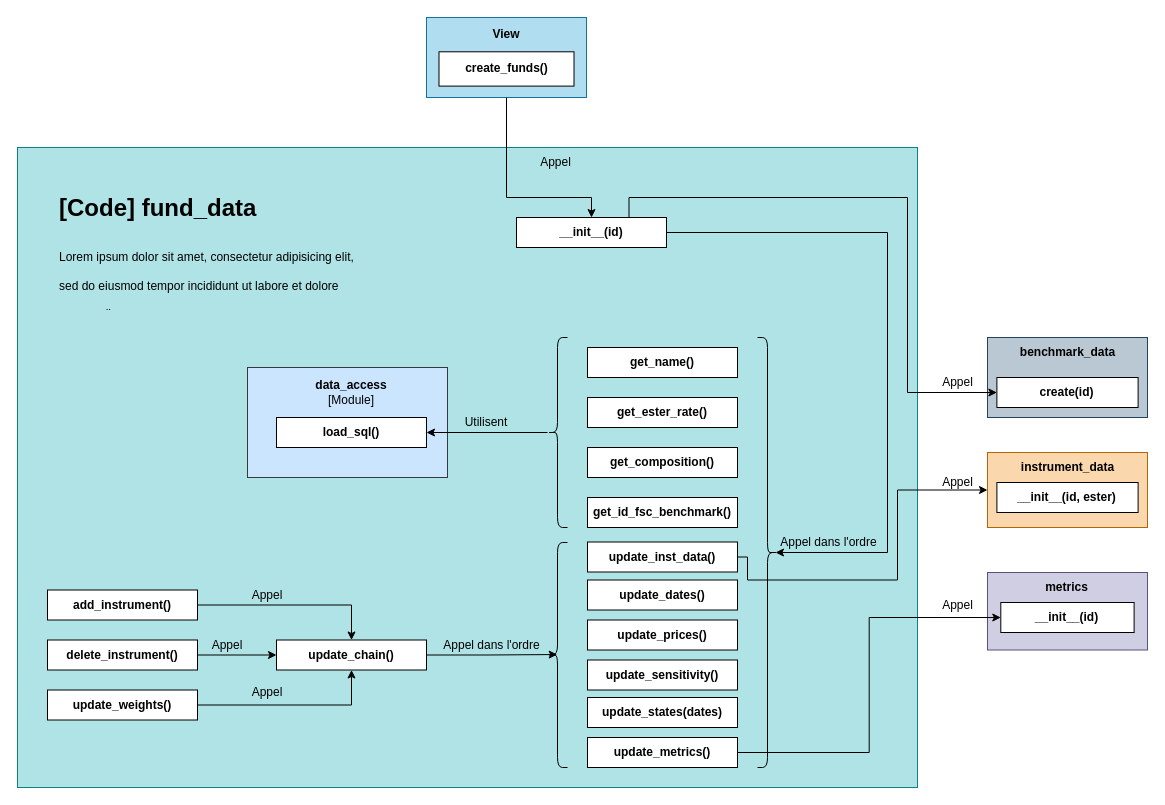
salimelouahdani/DrawIO keeps this draw.io diagram as Fund_data.drawio. Above is the earlier version. Source tidied: cells renumbered, new cells numbered last; positions are measured from the earlier drawing's top-left corner, leaving out a move shared by most shapes. Both pictures are drawn from the tidied source at 100%, with x=0, y=0 at pixel (17, 17).
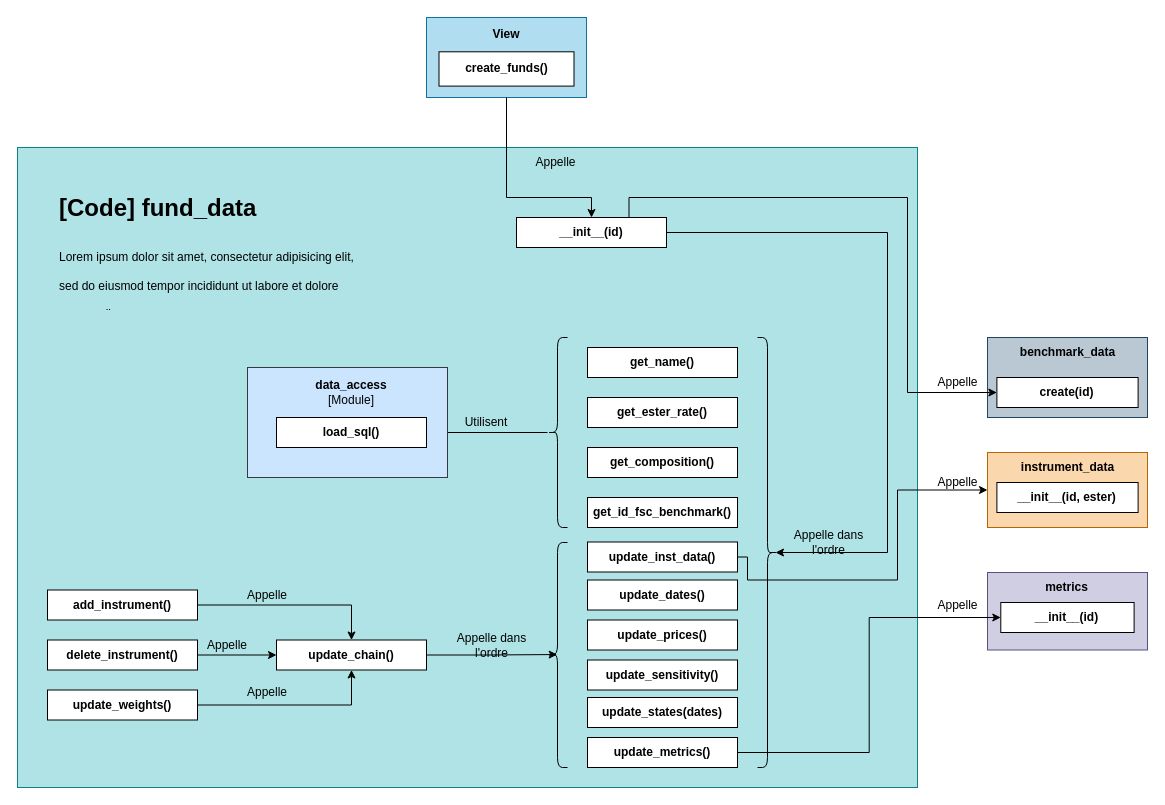
The same diagram, later.

Commit message:
Mettre à jour Fund_data.drawio

Change to the diagram source:
```diff
@@
-    <mxCell id="3" style="rounded=0;whiteSpace=wrap;html=1;fillColor=#cce5ff;strokeColor=#36393d;" parent="1" vertex="1">
-      <mxGeometry x="230" y="350" width="200" height="110" as="geometry" />
-    </mxCell>
@@
-    <mxCell id="21" value="Appel dans l'ordre" style="text;html=1;align=center;verticalAlign=middle;whiteSpace=wrap;rounded=0;" parent="1" vertex="1">
+    <mxCell id="21" value="Appelle dans l'ordre" style="text;html=1;align=center;verticalAlign=middle;whiteSpace=wrap;rounded=0;" parent="1" vertex="1">
       <mxGeometry x="424" y="612.5" width="101" height="30" as="geometry" />
     </mxCell>
-    <mxCell id="22" value="Appel dans l'ordre" style="text;html=1;align=center;verticalAlign=middle;whiteSpace=wrap;rounded=0;" parent="1" vertex="1">
+    <mxCell id="22" value="Appelle dans l'ordre" style="text;html=1;align=center;verticalAlign=middle;whiteSpace=wrap;rounded=0;" parent="1" vertex="1">
       <mxGeometry x="761" y="510" width="101" height="30" as="geometry" />
     </mxCell>
@@
-    <mxCell id="25" value="&lt;b&gt;load_sql()&lt;/b&gt;" style="rounded=0;whiteSpace=wrap;html=1;" parent="1" vertex="1">
-      <mxGeometry x="259" y="400" width="150" height="30" as="geometry" />
-    </mxCell>
@@
-    <mxCell id="33" value="Appel" style="text;html=1;align=center;verticalAlign=middle;whiteSpace=wrap;rounded=0;" parent="1" vertex="1">
+    <mxCell id="33" value="Appelle" style="text;html=1;align=center;verticalAlign=middle;whiteSpace=wrap;rounded=0;" parent="1" vertex="1">
       <mxGeometry x="220" y="562.5" width="60" height="30" as="geometry" />
     </mxCell>
-    <mxCell id="34" value="Appel" style="text;html=1;align=center;verticalAlign=middle;whiteSpace=wrap;rounded=0;" parent="1" vertex="1">
+    <mxCell id="34" value="Appelle" style="text;html=1;align=center;verticalAlign=middle;whiteSpace=wrap;rounded=0;" parent="1" vertex="1">
       <mxGeometry x="180" y="612.5" width="60" height="30" as="geometry" />
     </mxCell>
-    <mxCell id="35" value="Appel" style="text;html=1;align=center;verticalAlign=middle;whiteSpace=wrap;rounded=0;" parent="1" vertex="1">
+    <mxCell id="35" value="Appelle" style="text;html=1;align=center;verticalAlign=middle;whiteSpace=wrap;rounded=0;" parent="1" vertex="1">
       <mxGeometry x="220" y="660" width="60" height="30" as="geometry" />
     </mxCell>
@@
-    <mxCell id="37" value="&lt;b&gt;data_access&lt;/b&gt;&lt;div&gt;[Module]&lt;/div&gt;" style="text;html=1;align=center;verticalAlign=middle;whiteSpace=wrap;rounded=0;" parent="1" vertex="1">
-      <mxGeometry x="304" y="360" width="60" height="30" as="geometry" />
-    </mxCell>
-    <mxCell id="38" value="Appel" style="text;html=1;align=center;verticalAlign=middle;whiteSpace=wrap;rounded=0;" parent="1" vertex="1">
+    <mxCell id="38" value="Appelle" style="text;html=1;align=center;verticalAlign=middle;whiteSpace=wrap;rounded=0;" parent="1" vertex="1">
       <mxGeometry x="890" y="572.5" width="101" height="30" as="geometry" />
     </mxCell>
@@
-    <mxCell id="49" value="Appel" style="text;html=1;align=center;verticalAlign=middle;whiteSpace=wrap;rounded=0;" parent="1" vertex="1">
+    <mxCell id="49" value="Appelle" style="text;html=1;align=center;verticalAlign=middle;whiteSpace=wrap;rounded=0;" parent="1" vertex="1">
       <mxGeometry x="890" y="350" width="101" height="30" as="geometry" />
     </mxCell>
@@
-    <mxCell id="60" value="Appel" style="text;html=1;align=center;verticalAlign=middle;whiteSpace=wrap;rounded=0;" parent="1" vertex="1">
+    <mxCell id="60" value="Appelle" style="text;html=1;align=center;verticalAlign=middle;whiteSpace=wrap;rounded=0;" parent="1" vertex="1">
       <mxGeometry x="488" y="130" width="101" height="30" as="geometry" />
     </mxCell>
-    <mxCell id="61" value="Appel" style="text;html=1;align=center;verticalAlign=middle;whiteSpace=wrap;rounded=0;" parent="1" vertex="1">
+    <mxCell id="61" value="Appelle" style="text;html=1;align=center;verticalAlign=middle;whiteSpace=wrap;rounded=0;" parent="1" vertex="1">
       <mxGeometry x="890" y="450" width="101" height="30" as="geometry" />
     </mxCell>
+    <mxCell id="62" style="group;" parent="1" vertex="1">
+      <mxGeometry x="230" y="350" width="200" height="110" as="geometry" />
+    </mxCell>
+    <mxCell id="3" style="rounded=0;whiteSpace=wrap;html=1;fillColor=#cce5ff;strokeColor=#36393d;" parent="62" vertex="1">
+      <mxGeometry width="200" height="110" as="geometry" />
+    </mxCell>
+    <mxCell id="25" value="&lt;b&gt;load_sql()&lt;/b&gt;" style="rounded=0;whiteSpace=wrap;html=1;" parent="62" vertex="1">
+      <mxGeometry x="29" y="50" width="150" height="30" as="geometry" />
+    </mxCell>
+    <mxCell id="37" value="&lt;b&gt;data_access&lt;/b&gt;&lt;div&gt;[Module]&lt;/div&gt;" style="text;html=1;align=center;verticalAlign=middle;whiteSpace=wrap;rounded=0;" parent="62" vertex="1">
+      <mxGeometry x="74" y="10" width="60" height="30" as="geometry" />
+    </mxCell>
```
